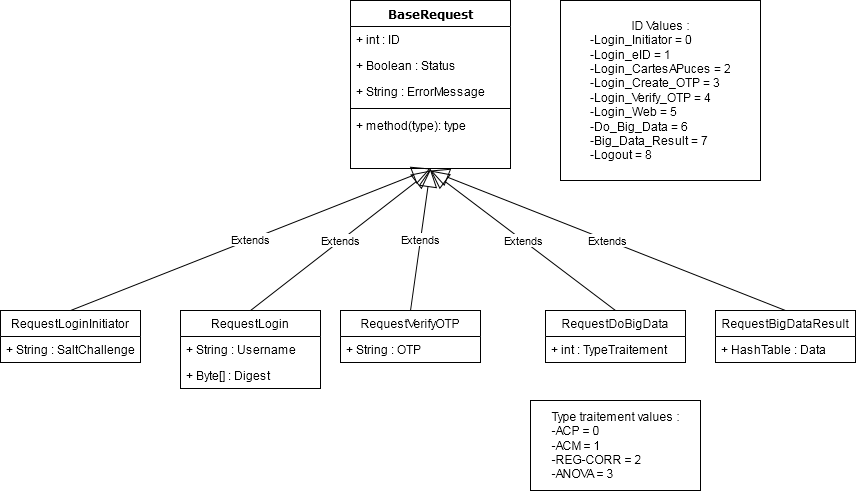
The draw.io diagram Protocole/Protocole.png in Sirorco/Isil-Data-Scientist, before a commit. Source tidied: cells renumbered, new cells last; positions are measured from the earlier drawing's top-left corner, leaving out a move shared by most shapes.
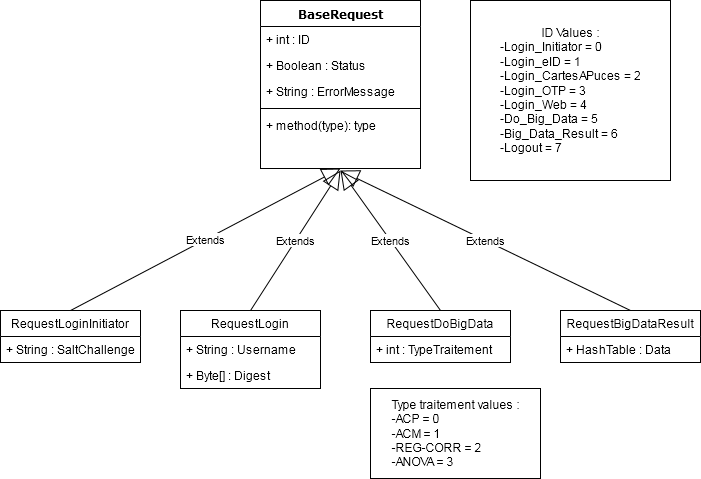
After the change.

Commit message:
#6 Modify OTP Login

The edit, as a diff of the source:
```diff
@@ -21,7 +21,7 @@
       <mxGeometry y="112" width="160" height="26" as="geometry" />
     </mxCell>
     <mxCell id="8" value="RequestLoginInitiator" style="swimlane;fontStyle=0;horizontal=1;startSize=26;fillColor=none;" parent="1" vertex="1">
-      <mxGeometry y="310" width="140" height="52" as="geometry" />
+      <mxGeometry x="90" y="310" width="140" height="52" as="geometry" />
     </mxCell>
     <mxCell id="9" value="+ String : SaltChallenge" style="text;strokeColor=none;fillColor=none;align=left;verticalAlign=top;spacingLeft=4;spacingRight=4;overflow=hidden;" parent="8" vertex="1">
       <mxGeometry y="26" width="140" height="26" as="geometry" />
@@ -30,7 +30,7 @@
       <mxGeometry relative="1" as="geometry" />
     </mxCell>
     <mxCell id="11" value="RequestLogin" style="swimlane;fontStyle=0;horizontal=1;startSize=26;fillColor=none;" parent="1" vertex="1">
-      <mxGeometry x="180" y="310" width="140" height="78" as="geometry" />
+      <mxGeometry x="270" y="310" width="140" height="78" as="geometry" />
     </mxCell>
     <mxCell id="12" value="+ String : Username" style="text;strokeColor=none;fillColor=none;align=left;verticalAlign=top;spacingLeft=4;spacingRight=4;overflow=hidden;" parent="11" vertex="1">
       <mxGeometry y="26" width="140" height="26" as="geometry" />
@@ -43,17 +43,17 @@
         <mxPoint x="430" y="170" as="targetPoint" />
       </mxGeometry>
     </mxCell>
-    <mxCell id="15" value="ID Values :&lt;br&gt;&lt;div align=&quot;left&quot;&gt;-Login_Initiator = 0&lt;br&gt;&lt;/div&gt;&lt;div align=&quot;left&quot;&gt;-Login_eID = 1&lt;/div&gt;&lt;div align=&quot;left&quot;&gt;-Login_CartesAPuces = 2&lt;br&gt;&lt;/div&gt;&lt;div align=&quot;left&quot;&gt;-Login_Create_OTP = 3&lt;br&gt;&lt;/div&gt;&lt;div align=&quot;left&quot;&gt;-Login_Verify_OTP = 4&lt;br&gt;&lt;/div&gt;&lt;div align=&quot;left&quot;&gt;-Login_Web = 5&lt;br&gt;&lt;/div&gt;&lt;div align=&quot;left&quot;&gt;-Do_Big_Data = 6&lt;br&gt;&lt;/div&gt;&lt;div align=&quot;left&quot;&gt;-Big_Data_Result = 7&lt;br&gt;&lt;/div&gt;&lt;div align=&quot;left&quot;&gt;-Logout = 8&lt;br&gt;&lt;/div&gt;" style="html=1;" parent="1" vertex="1">
+    <mxCell id="15" value="ID Values :&lt;br&gt;&lt;div align=&quot;left&quot;&gt;-Login_Initiator = 0&lt;br&gt;&lt;/div&gt;&lt;div align=&quot;left&quot;&gt;-Login_eID = 1&lt;/div&gt;&lt;div align=&quot;left&quot;&gt;-Login_CartesAPuces = 2&lt;br&gt;&lt;/div&gt;&lt;div align=&quot;left&quot;&gt;-Login_OTP = 3&lt;br&gt;&lt;/div&gt;&lt;div align=&quot;left&quot;&gt;-Login_Web = 4&lt;br&gt;&lt;/div&gt;&lt;div align=&quot;left&quot;&gt;-Do_Big_Data = 5&lt;br&gt;&lt;/div&gt;&lt;div align=&quot;left&quot;&gt;-Big_Data_Result = 6&lt;br&gt;&lt;/div&gt;&lt;div align=&quot;left&quot;&gt;-Logout = 7&lt;br&gt;&lt;/div&gt;" style="html=1;" parent="1" vertex="1">
       <mxGeometry x="560" width="200" height="180" as="geometry" />
     </mxCell>
     <mxCell id="16" value="RequestDoBigData" style="swimlane;fontStyle=0;horizontal=1;startSize=26;fillColor=none;" parent="1" vertex="1">
-      <mxGeometry x="545" y="310" width="140" height="52" as="geometry" />
+      <mxGeometry x="460" y="310" width="140" height="52" as="geometry" />
     </mxCell>
     <mxCell id="17" value="+ int : TypeTraitement" style="text;strokeColor=none;fillColor=none;align=left;verticalAlign=top;spacingLeft=4;spacingRight=4;overflow=hidden;" parent="16" vertex="1">
       <mxGeometry y="26" width="140" height="26" as="geometry" />
     </mxCell>
     <mxCell id="18" value="RequestBigDataResult" style="swimlane;fontStyle=0;horizontal=1;startSize=26;fillColor=none;" parent="1" vertex="1">
-      <mxGeometry x="715" y="310" width="140" height="52" as="geometry" />
+      <mxGeometry x="650" y="310" width="140" height="52" as="geometry" />
     </mxCell>
     <mxCell id="19" value="+ HashTable : Data" style="text;strokeColor=none;fillColor=none;align=left;verticalAlign=top;spacingLeft=4;spacingRight=4;overflow=hidden;" parent="18" vertex="1">
       <mxGeometry y="26" width="140" height="26" as="geometry" />
@@ -69,16 +69,7 @@
       </mxGeometry>
     </mxCell>
     <mxCell id="22" value="&lt;div&gt;Type traitement values :&lt;/div&gt;&lt;div align=&quot;left&quot;&gt;-ACP = 0&lt;/div&gt;&lt;div align=&quot;left&quot;&gt;-ACM = 1&lt;/div&gt;&lt;div align=&quot;left&quot;&gt;-REG-CORR = 2&lt;/div&gt;&lt;div align=&quot;left&quot;&gt;-ANOVA = 3&lt;br&gt;&lt;/div&gt;" style="html=1;" parent="1" vertex="1">
-      <mxGeometry x="530" y="400" width="170" height="90" as="geometry" />
+      <mxGeometry x="460" y="388" width="170" height="90" as="geometry" />
     </mxCell>
-    <mxCell id="23" value="RequestVerifyOTP" style="swimlane;fontStyle=0;horizontal=1;startSize=26;fillColor=none;" parent="1" vertex="1">
-      <mxGeometry x="340" y="310" width="140" height="52" as="geometry" />
-    </mxCell>
-    <mxCell id="24" value="+ String : OTP" style="text;strokeColor=none;fillColor=none;align=left;verticalAlign=top;spacingLeft=4;spacingRight=4;overflow=hidden;" parent="23" vertex="1">
-      <mxGeometry y="26" width="140" height="26" as="geometry" />
-    </mxCell>
-    <mxCell id="25" value="Extends" style="endArrow=block;endSize=16;endFill=0;html=1;entryX=0.5;entryY=1;entryDx=0;entryDy=0;exitX=0.5;exitY=0;exitDx=0;exitDy=0;" parent="1" edge="1" source="23" target="2">
-      <mxGeometry relative="1" as="geometry" />
-    </mxCell>
   </root>
 </mxGraphModel>
```
